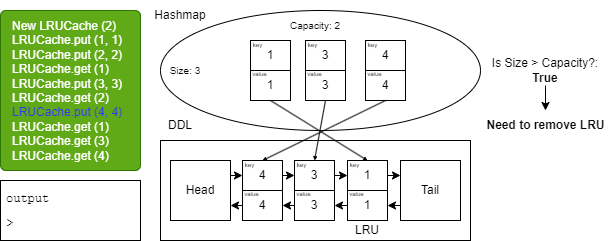
Earlier version of the draw.io export Final_Interview/slides/Slide11.png (bert799/CodingInterviews). Source tidied: cells renumbered, new cells last; positions are measured from the earlier drawing's top-left corner, leaving out a move shared by most shapes.
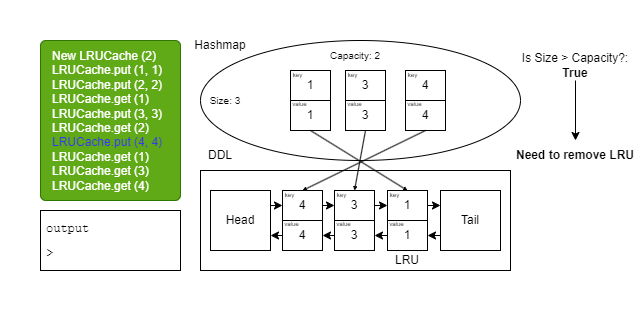
After the commit.

What changed in the source:
```diff
@@ -158,14 +158,17 @@
     <mxCell id="53" style="edgeStyle=none;html=1;exitX=0.5;exitY=1;exitDx=0;exitDy=0;entryX=0.5;entryY=0;entryDx=0;entryDy=0;strokeColor=#000000;fontColor=#3333FF;startSize=2;endSize=2;" parent="1" edge="1" source="50" target="42">
       <mxGeometry relative="1" as="geometry" />
     </mxCell>
-    <mxCell id="54" style="edgeStyle=none;html=1;exitX=0.5;exitY=1;exitDx=0;exitDy=0;entryX=0.5;entryY=0;entryDx=0;entryDy=0;fontColor=#000000;strokeColor=#000000;" parent="1" edge="1" source="55" target="56">
-      <mxGeometry relative="1" as="geometry" />
-    </mxCell>
+    <mxCell id="56" style="edgeStyle=none;html=1;exitX=0.5;exitY=1;exitDx=0;exitDy=0;entryX=0.5;entryY=0;entryDx=0;entryDy=0;fontColor=#000000;strokeColor=#000000;" parent="1" edge="1" source="55" target="57">
+      <mxGeometry relative="1" as="geometry" />
+    </mxCell>
     <mxCell id="55" value="Is Size &amp;gt; Capacity?:&lt;br&gt;&lt;b&gt;True&lt;/b&gt;" style="text;html=1;strokeColor=none;fillColor=none;align=center;verticalAlign=middle;whiteSpace=wrap;rounded=0;fontColor=#000000;" parent="1" vertex="1">
-      <mxGeometry x="490" y="55" width="110" height="30" as="geometry" />
+      <mxGeometry x="480" y="20" width="110" height="30" as="geometry" />
     </mxCell>
-    <mxCell id="56" value="&lt;b&gt;Need to remove LRU&lt;/b&gt;" style="text;html=1;strokeColor=none;fillColor=none;align=center;verticalAlign=middle;whiteSpace=wrap;rounded=0;fontColor=#000000;" parent="1" vertex="1">
-      <mxGeometry x="477.5" y="110" width="135" height="30" as="geometry" />
-    </mxCell>
+    <mxCell id="57" value="&lt;b&gt;Need to remove LRU&lt;/b&gt;" style="text;html=1;strokeColor=none;fillColor=none;align=center;verticalAlign=middle;whiteSpace=wrap;rounded=0;fontColor=#000000;" parent="1" vertex="1">
+      <mxGeometry x="470" y="110" width="130" height="30" as="geometry" />
+    </mxCell>
+    <mxCell id="58" style="rounded=0;whiteSpace=wrap;html=1;fillColor=none;strokeColor=none;" parent="1" vertex="1">
+      <mxGeometry x="-40" y="-30" width="640" height="320" as="geometry" />
+    </mxCell>
   </root>
 </mxGraphModel>
```
